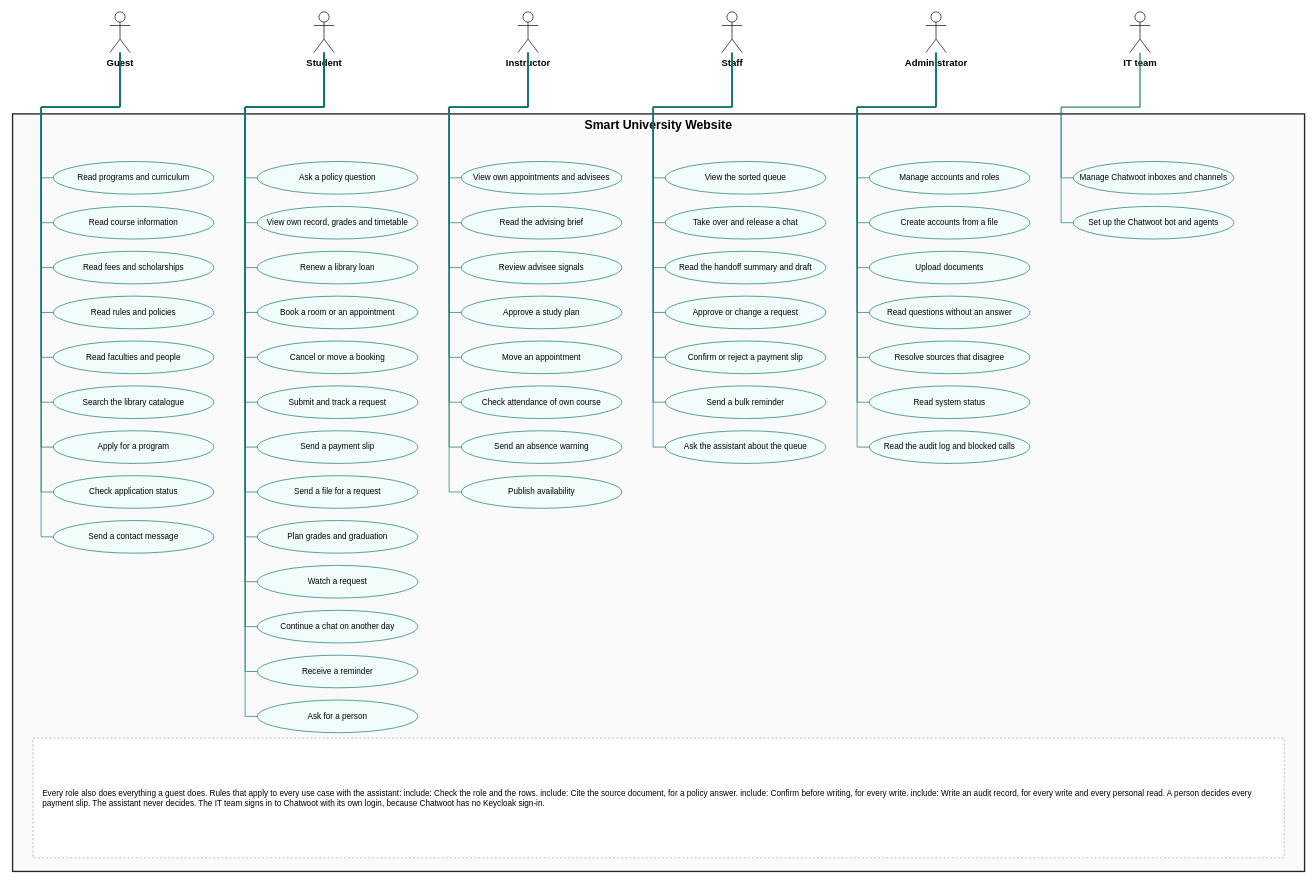
Above: design/diagrams/12_use_case.drawio in SaiWaiYanLynn/smart-university-website (draw.io), before the change. Source tidied: cells renumbered, new cells numbered last; positions are measured from the earlier drawing's top-left corner, leaving out a move shared by most shapes. Both pictures are drawn from the tidied source at 68%, with x=0, y=0 at pixel (12, 12).
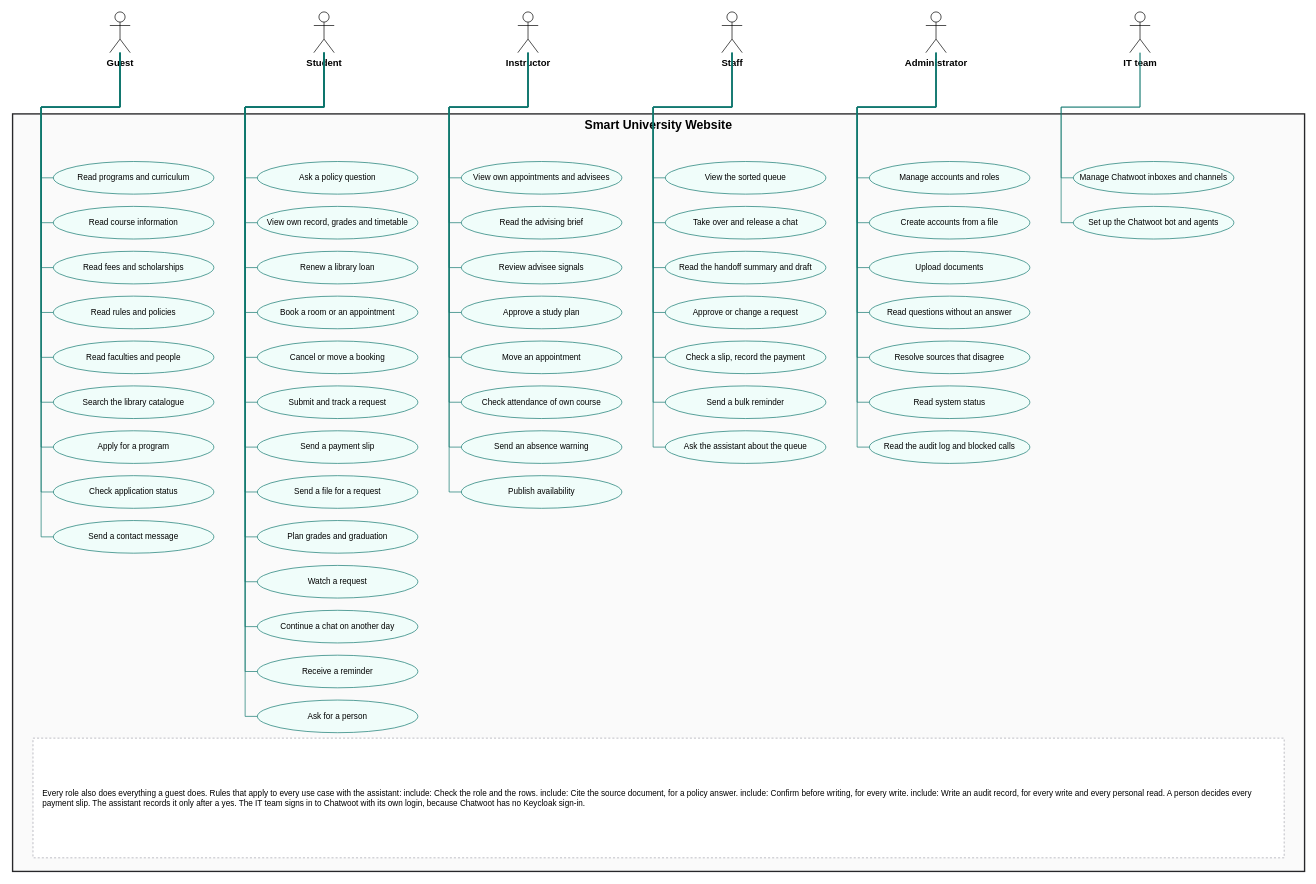
The same diagram, later.

Change to the diagram source:
```diff
@@
-    <mxCell id="75" value="Confirm or reject a payment slip" style="ellipse;whiteSpace=wrap;html=1;fillColor=#F0FDFA;strokeColor=#0F766E;fontSize=12;" parent="1" vertex="1">
+    <mxCell id="75" value="Check a slip, record the payment" style="ellipse;whiteSpace=wrap;html=1;fillColor=#F0FDFA;strokeColor=#0F766E;fontSize=12;" parent="1" vertex="1">
       <mxGeometry x="960" y="484" width="236" height="48" as="geometry" />
     </mxCell>
@@
-    <mxCell id="96" value="Every role also does everything a guest does. Rules that apply to every use case with the assistant: include: Check the role and the rows.   include: Cite the source document, for a policy answer. include: Confirm before writing, for every write.   include: Write an audit record, for every write and every personal read. A person decides every payment slip. The assistant never decides. The IT team signs in to Chatwoot with its own login, because Chatwoot has no Keycloak sign-in." style="rounded=0;whiteSpace=wrap;html=1;fillColor=#FFFFFF;strokeColor=#A1A1AA;dashed=1;align=left;spacingLeft=12;fontSize=12;" parent="1" vertex="1">
+    <mxCell id="96" value="Every role also does everything a guest does. Rules that apply to every use case with the assistant: include: Check the role and the rows.   include: Cite the source document, for a policy answer. include: Confirm before writing, for every write.   include: Write an audit record, for every write and every personal read. A person decides every payment slip. The assistant records it only after a yes. The IT team signs in to Chatwoot with its own login, because Chatwoot has no Keycloak sign-in." style="rounded=0;whiteSpace=wrap;html=1;fillColor=#FFFFFF;strokeColor=#A1A1AA;dashed=1;align=left;spacingLeft=12;fontSize=12;" parent="1" vertex="1">
       <mxGeometry x="30" y="1068" width="1840" height="176" as="geometry" />
     </mxCell>
```
